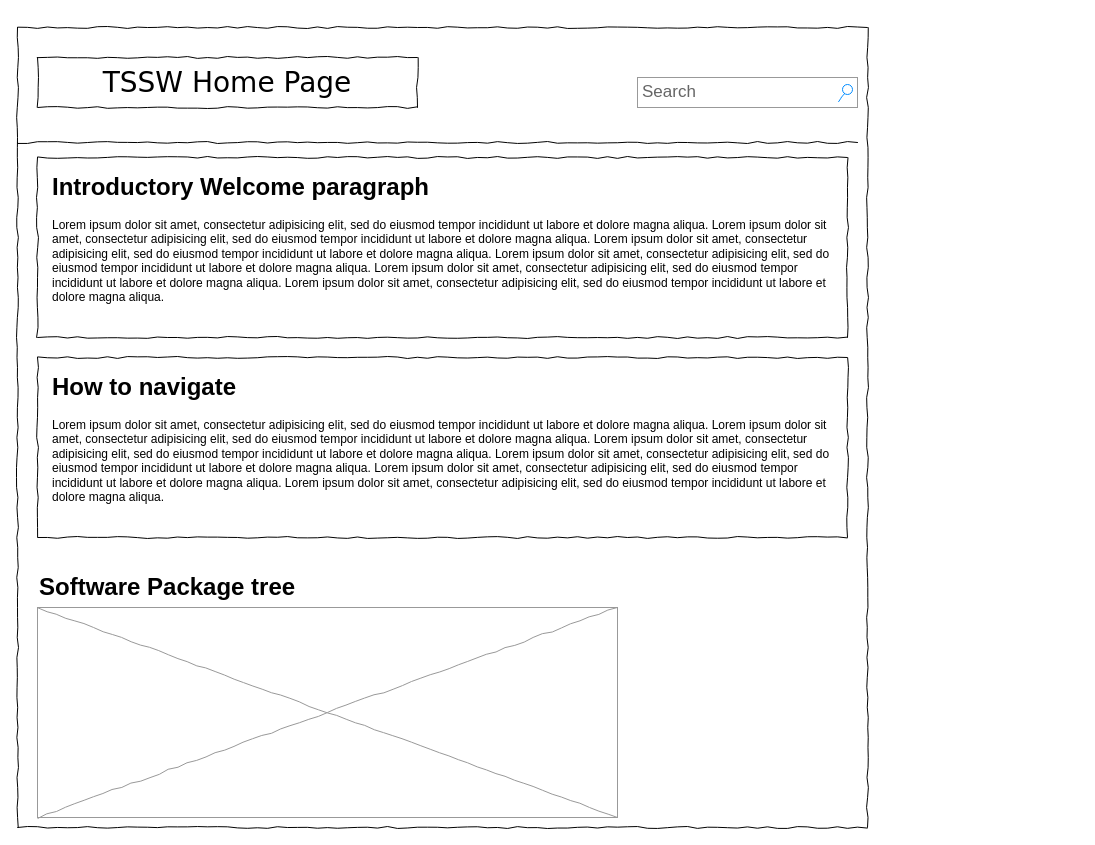
The draw.io diagram Untitled Diagram.drawio in Cleave-n-Leave/drawio, before the edit. Source tidied: cells renumbered, new cells numbered last; positions are measured from the earlier drawing's top-left corner, leaving out a move shared by most shapes. Both pictures are drawn from the tidied source at 100%, with x=0, y=0 at pixel (17, 27).
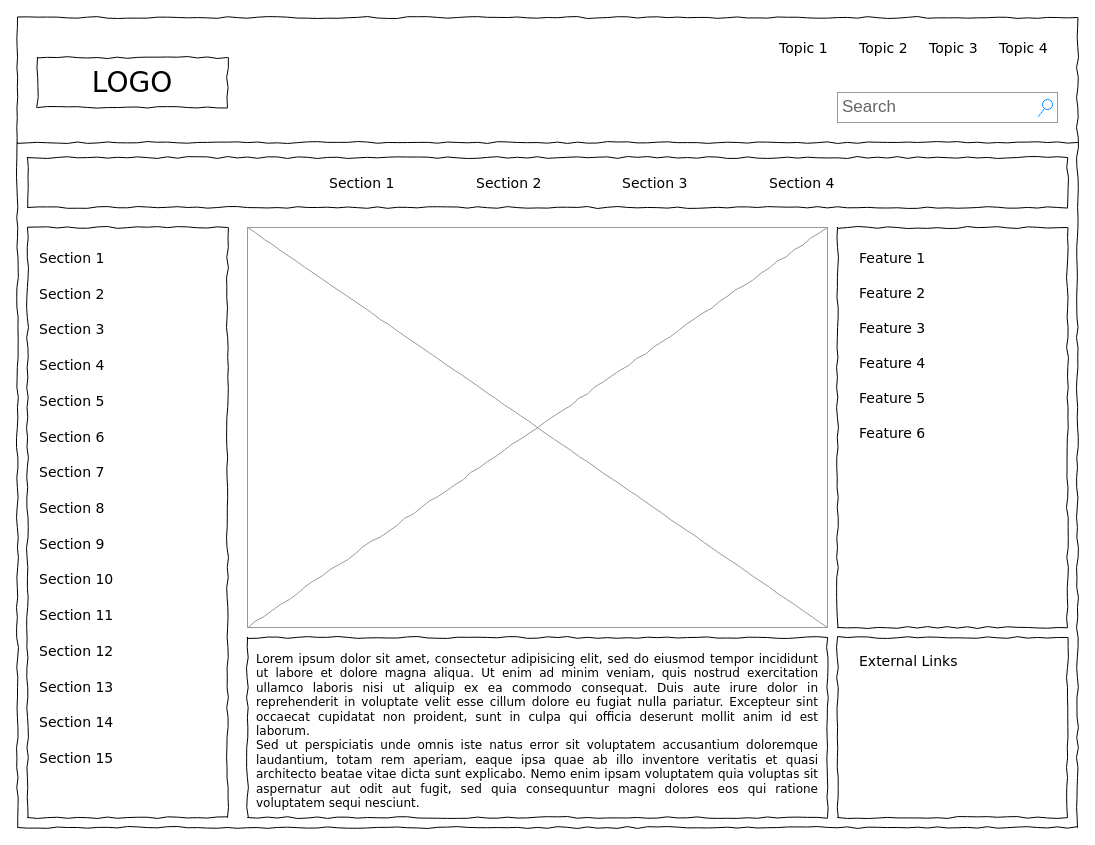
After the change.

What changed in the source:
```diff
@@
     <mxCell id="2" style="whiteSpace=wrap;html=1;rounded=0;shadow=0;labelBackgroundColor=none;strokeColor=#000000;strokeWidth=1;fillColor=none;fontFamily=Verdana;fontSize=12;fontColor=#000000;align=center;comic=1;" parent="1" vertex="1">
-      <mxGeometry width="850" height="800" as="geometry" />
+      <mxGeometry y="-10" width="1060" height="810" as="geometry" />
     </mxCell>
-    <mxCell id="3" value="TSSW Home Page" style="whiteSpace=wrap;html=1;rounded=0;shadow=0;labelBackgroundColor=none;strokeWidth=1;fontFamily=Verdana;fontSize=28;align=center;comic=1;" parent="1" vertex="1">
-      <mxGeometry x="20" y="30" width="380" height="50" as="geometry" />
+    <mxCell id="3" value="LOGO" style="whiteSpace=wrap;html=1;rounded=0;shadow=0;labelBackgroundColor=none;strokeWidth=1;fontFamily=Verdana;fontSize=28;align=center;comic=1;" parent="1" vertex="1">
+      <mxGeometry x="20" y="30" width="190" height="50" as="geometry" />
     </mxCell>
     <mxCell id="4" value="Search" style="strokeWidth=1;shadow=0;dashed=0;align=center;html=1;shape=mxgraph.mockup.forms.searchBox;strokeColor=#999999;mainText=;strokeColor2=#008cff;fontColor=#666666;fontSize=17;align=left;spacingLeft=3;rounded=0;labelBackgroundColor=none;comic=1;" parent="1" vertex="1">
-      <mxGeometry x="620" y="50" width="220" height="30" as="geometry" />
+      <mxGeometry x="820" y="65" width="220" height="30" as="geometry" />
     </mxCell>
+    <mxCell id="12" value="Topic 1" style="text;html=1;align=left;verticalAlign=top;spacingTop=-4;fontSize=14;fontFamily=Verdana;" parent="1" vertex="1">
+      <mxGeometry x="760" y="10" width="60" height="20" as="geometry" />
+    </mxCell>
+    <mxCell id="13" value="Topic 2" style="text;html=1;align=left;verticalAlign=top;spacingTop=-4;fontSize=14;fontFamily=Verdana;" parent="1" vertex="1">
+      <mxGeometry x="840" y="10" width="60" height="20" as="geometry" />
+    </mxCell>
+    <mxCell id="14" value="Topic 3" style="text;html=1;align=left;verticalAlign=top;spacingTop=-4;fontSize=14;fontFamily=Verdana;" parent="1" vertex="1">
+      <mxGeometry x="910" y="10" width="60" height="20" as="geometry" />
+    </mxCell>
+    <mxCell id="15" value="Topic 4" style="text;html=1;align=left;verticalAlign=top;spacingTop=-4;fontSize=14;fontFamily=Verdana;" parent="1" vertex="1">
+      <mxGeometry x="980" y="10" width="60" height="20" as="geometry" />
+    </mxCell>
+    <mxCell id="16" style="whiteSpace=wrap;html=1;rounded=0;shadow=0;labelBackgroundColor=none;strokeWidth=1;fillColor=none;fontFamily=Verdana;fontSize=12;align=center;comic=1;" parent="1" vertex="1">
+      <mxGeometry x="10" y="200" width="200" height="590" as="geometry" />
+    </mxCell>
     <mxCell id="5" style="line;strokeWidth=1;html=1;rounded=0;shadow=0;labelBackgroundColor=none;fillColor=none;fontFamily=Verdana;fontSize=14;fontColor=#000000;align=center;comic=1;" parent="1" vertex="1">
-      <mxGeometry y="110" width="840" height="10" as="geometry" />
+      <mxGeometry y="110" width="1060" height="10" as="geometry" />
     </mxCell>
+    <mxCell id="17" style="whiteSpace=wrap;html=1;rounded=0;shadow=0;labelBackgroundColor=none;strokeWidth=1;fillColor=none;fontFamily=Verdana;fontSize=12;align=center;comic=1;" parent="1" vertex="1">
+      <mxGeometry x="10" y="130" width="1040" height="50" as="geometry" />
+    </mxCell>
+    <mxCell id="18" value="Section 1" style="text;html=1;align=left;verticalAlign=top;spacingTop=-4;fontSize=14;fontFamily=Verdana;" parent="1" vertex="1">
+      <mxGeometry x="310" y="145" width="60" height="20" as="geometry" />
+    </mxCell>
+    <mxCell id="19" value="Section 2" style="text;html=1;align=left;verticalAlign=top;spacingTop=-4;fontSize=14;fontFamily=Verdana;" parent="1" vertex="1">
+      <mxGeometry x="457" y="145" width="60" height="20" as="geometry" />
+    </mxCell>
+    <mxCell id="20" value="Section 3" style="text;html=1;align=left;verticalAlign=top;spacingTop=-4;fontSize=14;fontFamily=Verdana;" parent="1" vertex="1">
+      <mxGeometry x="603" y="145" width="60" height="20" as="geometry" />
+    </mxCell>
+    <mxCell id="21" value="Section 4" style="text;html=1;align=left;verticalAlign=top;spacingTop=-4;fontSize=14;fontFamily=Verdana;" parent="1" vertex="1">
+      <mxGeometry x="750" y="145" width="60" height="20" as="geometry" />
+    </mxCell>
-    <mxCell id="6" value="&lt;div style=&quot;text-align: justify ; font-size: 13px&quot;&gt;&lt;br&gt;&lt;/div&gt;" style="whiteSpace=wrap;html=1;rounded=0;shadow=0;labelBackgroundColor=none;strokeWidth=1;fillColor=none;fontFamily=Verdana;fontSize=12;align=center;verticalAlign=top;spacing=10;comic=1;" parent="1" vertex="1">
-      <mxGeometry x="20" y="130" width="810" height="180" as="geometry" />
+    <mxCell id="6" value="&lt;div style=&quot;text-align: justify&quot;&gt;&lt;span&gt;Lorem ipsum dolor sit amet, consectetur adipisicing elit, sed do eiusmod tempor incididunt ut labore et dolore magna aliqua. Ut enim ad minim veniam, quis nostrud exercitation ullamco laboris nisi ut aliquip ex ea commodo consequat. Duis aute irure dolor in reprehenderit in voluptate velit esse cillum dolore eu fugiat nulla pariatur. Excepteur sint occaecat cupidatat non proident, sunt in culpa qui officia deserunt mollit anim id est laborum.&lt;/span&gt;&lt;/div&gt;&lt;div style=&quot;text-align: justify&quot;&gt;&lt;span&gt;Sed ut perspiciatis unde omnis iste natus error sit voluptatem accusantium doloremque laudantium, totam rem aperiam, eaque ipsa quae ab illo inventore veritatis et quasi architecto beatae vitae dicta sunt explicabo. Nemo enim ipsam voluptatem quia voluptas sit aspernatur aut odit aut fugit, sed quia consequuntur magni dolores eos qui ratione voluptatem sequi nesciunt.&amp;nbsp;&lt;/span&gt;&lt;/div&gt;" style="whiteSpace=wrap;html=1;rounded=0;shadow=0;labelBackgroundColor=none;strokeWidth=1;fillColor=none;fontFamily=Verdana;fontSize=12;align=center;verticalAlign=top;spacing=10;comic=1;" parent="1" vertex="1">
+      <mxGeometry x="230" y="610" width="580" height="180" as="geometry" />
     </mxCell>
     <mxCell id="7" style="verticalLabelPosition=bottom;shadow=0;dashed=0;align=center;html=1;verticalAlign=top;strokeWidth=1;shape=mxgraph.mockup.graphics.simpleIcon;strokeColor=#999999;rounded=0;labelBackgroundColor=none;fontFamily=Verdana;fontSize=14;fontColor=#000000;comic=1;" parent="1" vertex="1">
-      <mxGeometry x="20" y="580" width="580" height="210" as="geometry" />
+      <mxGeometry x="230" y="200" width="580" height="400" as="geometry" />
     </mxCell>
-    <mxCell id="8" value="&lt;h1&gt;Introductory Welcome paragraph&lt;/h1&gt;&lt;p&gt;Lorem ipsum dolor sit amet, consectetur adipisicing elit, sed do eiusmod tempor incididunt ut labore et dolore magna aliqua.&amp;nbsp;Lorem ipsum dolor sit amet, consectetur adipisicing elit, sed do eiusmod tempor incididunt ut labore et dolore magna aliqua.&amp;nbsp;Lorem ipsum dolor sit amet, consectetur adipisicing elit, sed do eiusmod tempor incididunt ut labore et dolore magna aliqua.&amp;nbsp;Lorem ipsum dolor sit amet, consectetur adipisicing elit, sed do eiusmod tempor incididunt ut labore et dolore magna aliqua.&amp;nbsp;Lorem ipsum dolor sit amet, consectetur adipisicing elit, sed do eiusmod tempor incididunt ut labore et dolore magna aliqua.&amp;nbsp;Lorem ipsum dolor sit amet, consectetur adipisicing elit, sed do eiusmod tempor incididunt ut labore et dolore magna aliqua.&lt;/p&gt;" style="text;html=1;strokeColor=none;fillColor=none;spacing=5;spacingTop=-20;whiteSpace=wrap;overflow=hidden;rounded=0;shadow=1;" parent="1" vertex="1">
-      <mxGeometry x="30" y="140" width="790" height="160" as="geometry" />
-    </mxCell>
-    <mxCell id="9" value="&lt;div style=&quot;text-align: justify ; font-size: 13px&quot;&gt;&lt;br&gt;&lt;/div&gt;" style="whiteSpace=wrap;html=1;rounded=0;shadow=0;labelBackgroundColor=none;strokeWidth=1;fillColor=none;fontFamily=Verdana;fontSize=12;align=center;verticalAlign=top;spacing=10;comic=1;" parent="1" vertex="1">
-      <mxGeometry x="20" y="330" width="810" height="180" as="geometry" />
-    </mxCell>
-    <mxCell id="10" value="&lt;h1&gt;How to navigate&lt;/h1&gt;&lt;p&gt;Lorem ipsum dolor sit amet, consectetur adipisicing elit, sed do eiusmod tempor incididunt ut labore et dolore magna aliqua.&amp;nbsp;Lorem ipsum dolor sit amet, consectetur adipisicing elit, sed do eiusmod tempor incididunt ut labore et dolore magna aliqua.&amp;nbsp;Lorem ipsum dolor sit amet, consectetur adipisicing elit, sed do eiusmod tempor incididunt ut labore et dolore magna aliqua.&amp;nbsp;Lorem ipsum dolor sit amet, consectetur adipisicing elit, sed do eiusmod tempor incididunt ut labore et dolore magna aliqua.&amp;nbsp;Lorem ipsum dolor sit amet, consectetur adipisicing elit, sed do eiusmod tempor incididunt ut labore et dolore magna aliqua.&amp;nbsp;Lorem ipsum dolor sit amet, consectetur adipisicing elit, sed do eiusmod tempor incididunt ut labore et dolore magna aliqua.&lt;/p&gt;" style="text;html=1;strokeColor=none;fillColor=none;spacing=5;spacingTop=-20;whiteSpace=wrap;overflow=hidden;rounded=0;shadow=1;" parent="1" vertex="1">
-      <mxGeometry x="30" y="340" width="790" height="140" as="geometry" />
-    </mxCell>
-    <mxCell id="11" value="Software Package tree" style="text;strokeColor=none;fillColor=none;html=1;fontSize=24;fontStyle=1;verticalAlign=middle;align=left;" parent="1" vertex="1">
-      <mxGeometry x="20" y="540" width="320" height="40" as="geometry" />
-    </mxCell>
+    <mxCell id="22" style="whiteSpace=wrap;html=1;rounded=0;shadow=0;labelBackgroundColor=none;strokeWidth=1;fillColor=none;fontFamily=Verdana;fontSize=12;align=center;comic=1;" parent="1" vertex="1">
+      <mxGeometry x="820" y="200" width="230" height="400" as="geometry" />
+    </mxCell>
+    <mxCell id="23" style="whiteSpace=wrap;html=1;rounded=0;shadow=0;labelBackgroundColor=none;strokeWidth=1;fillColor=none;fontFamily=Verdana;fontSize=12;align=center;comic=1;" parent="1" vertex="1">
+      <mxGeometry x="820" y="610" width="230" height="180" as="geometry" />
+    </mxCell>
+    <mxCell id="24" value="Section 1" style="text;html=1;align=left;verticalAlign=top;spacingTop=-4;fontSize=14;fontFamily=Verdana;" parent="1" vertex="1">
+      <mxGeometry x="20" y="220" width="170" height="20" as="geometry" />
+    </mxCell>
+    <mxCell id="25" value="Section 2" style="text;html=1;align=left;verticalAlign=top;spacingTop=-4;fontSize=14;fontFamily=Verdana;" parent="1" vertex="1">
+      <mxGeometry x="20" y="256" width="170" height="20" as="geometry" />
+    </mxCell>
+    <mxCell id="26" value="Section 3" style="text;html=1;align=left;verticalAlign=top;spacingTop=-4;fontSize=14;fontFamily=Verdana;" parent="1" vertex="1">
+      <mxGeometry x="20" y="291" width="170" height="20" as="geometry" />
+    </mxCell>
+    <mxCell id="27" value="Section 4" style="text;html=1;align=left;verticalAlign=top;spacingTop=-4;fontSize=14;fontFamily=Verdana;" parent="1" vertex="1">
+      <mxGeometry x="20" y="327" width="170" height="20" as="geometry" />
+    </mxCell>
+    <mxCell id="28" value="Section 7" style="text;html=1;align=left;verticalAlign=top;spacingTop=-4;fontSize=14;fontFamily=Verdana;" parent="1" vertex="1">
+      <mxGeometry x="20" y="434" width="170" height="20" as="geometry" />
+    </mxCell>
+    <mxCell id="29" value="Section 8" style="text;html=1;align=left;verticalAlign=top;spacingTop=-4;fontSize=14;fontFamily=Verdana;" parent="1" vertex="1">
+      <mxGeometry x="20" y="470" width="170" height="20" as="geometry" />
+    </mxCell>
+    <mxCell id="30" value="Section 9" style="text;html=1;align=left;verticalAlign=top;spacingTop=-4;fontSize=14;fontFamily=Verdana;" parent="1" vertex="1">
+      <mxGeometry x="20" y="506" width="170" height="20" as="geometry" />
+    </mxCell>
+    <mxCell id="31" value="Section 10" style="text;html=1;align=left;verticalAlign=top;spacingTop=-4;fontSize=14;fontFamily=Verdana;" parent="1" vertex="1">
+      <mxGeometry x="20" y="541" width="170" height="20" as="geometry" />
+    </mxCell>
+    <mxCell id="32" value="Section 11" style="text;html=1;align=left;verticalAlign=top;spacingTop=-4;fontSize=14;fontFamily=Verdana;" parent="1" vertex="1">
+      <mxGeometry x="20" y="577" width="170" height="20" as="geometry" />
+    </mxCell>
+    <mxCell id="33" value="Section 12" style="text;html=1;align=left;verticalAlign=top;spacingTop=-4;fontSize=14;fontFamily=Verdana;" parent="1" vertex="1">
+      <mxGeometry x="20" y="613" width="170" height="20" as="geometry" />
+    </mxCell>
+    <mxCell id="34" value="Section 13" style="text;html=1;align=left;verticalAlign=top;spacingTop=-4;fontSize=14;fontFamily=Verdana;" parent="1" vertex="1">
+      <mxGeometry x="20" y="649" width="170" height="20" as="geometry" />
+    </mxCell>
+    <mxCell id="35" value="Section 14" style="text;html=1;align=left;verticalAlign=top;spacingTop=-4;fontSize=14;fontFamily=Verdana;" parent="1" vertex="1">
+      <mxGeometry x="20" y="684" width="170" height="20" as="geometry" />
+    </mxCell>
+    <mxCell id="36" value="Section 5" style="text;html=1;align=left;verticalAlign=top;spacingTop=-4;fontSize=14;fontFamily=Verdana;" parent="1" vertex="1">
+      <mxGeometry x="20" y="363" width="170" height="20" as="geometry" />
+    </mxCell>
+    <mxCell id="37" value="Section 6" style="text;html=1;align=left;verticalAlign=top;spacingTop=-4;fontSize=14;fontFamily=Verdana;" parent="1" vertex="1">
+      <mxGeometry x="20" y="399" width="170" height="20" as="geometry" />
+    </mxCell>
+    <mxCell id="38" value="Section 15" style="text;html=1;align=left;verticalAlign=top;spacingTop=-4;fontSize=14;fontFamily=Verdana;" parent="1" vertex="1">
+      <mxGeometry x="20" y="720" width="170" height="20" as="geometry" />
+    </mxCell>
+    <mxCell id="39" value="External Links" style="text;html=1;align=left;verticalAlign=top;spacingTop=-4;fontSize=14;fontFamily=Verdana;" parent="1" vertex="1">
+      <mxGeometry x="840" y="623" width="170" height="20" as="geometry" />
+    </mxCell>
+    <mxCell id="40" value="Feature 1" style="text;html=1;align=left;verticalAlign=top;spacingTop=-4;fontSize=14;fontFamily=Verdana;" parent="1" vertex="1">
+      <mxGeometry x="840" y="220" width="170" height="20" as="geometry" />
+    </mxCell>
+    <mxCell id="41" value="Feature 2" style="text;html=1;align=left;verticalAlign=top;spacingTop=-4;fontSize=14;fontFamily=Verdana;" parent="1" vertex="1">
+      <mxGeometry x="840" y="255" width="170" height="20" as="geometry" />
+    </mxCell>
+    <mxCell id="42" value="Feature 3" style="text;html=1;align=left;verticalAlign=top;spacingTop=-4;fontSize=14;fontFamily=Verdana;" parent="1" vertex="1">
+      <mxGeometry x="840" y="290" width="170" height="20" as="geometry" />
+    </mxCell>
+    <mxCell id="43" value="Feature 4" style="text;html=1;align=left;verticalAlign=top;spacingTop=-4;fontSize=14;fontFamily=Verdana;" parent="1" vertex="1">
+      <mxGeometry x="840" y="325" width="170" height="20" as="geometry" />
+    </mxCell>
+    <mxCell id="44" value="Feature 5" style="text;html=1;align=left;verticalAlign=top;spacingTop=-4;fontSize=14;fontFamily=Verdana;" parent="1" vertex="1">
+      <mxGeometry x="840" y="360" width="170" height="20" as="geometry" />
+    </mxCell>
+    <mxCell id="45" value="Feature 6" style="text;html=1;align=left;verticalAlign=top;spacingTop=-4;fontSize=14;fontFamily=Verdana;" parent="1" vertex="1">
+      <mxGeometry x="840" y="395" width="170" height="20" as="geometry" />
+    </mxCell>
```
